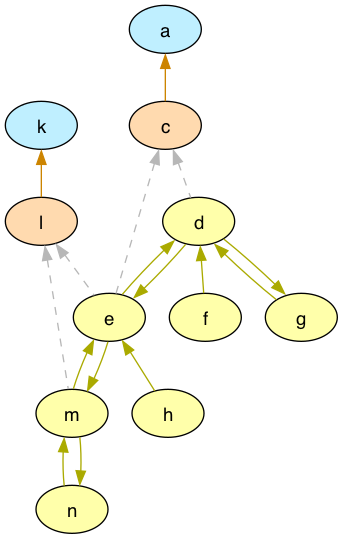
The Graphviz diagram lib/graph/arg_graph_colored.png in idaks/Games-and-Argumentation, before a commit. Its source is kept beside it as lib/graph/arg_graph_colored.dot.
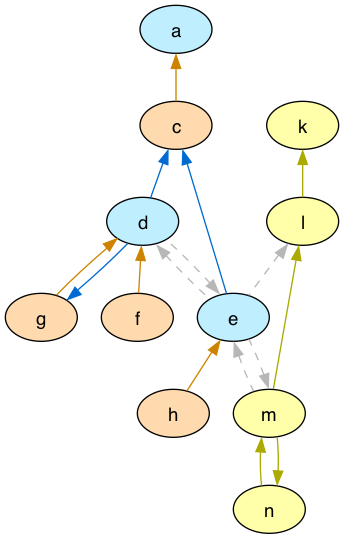
After the commit.

What changed in the source:
```diff
@@ -1,26 +1,27 @@
 digraph G {
   node [shape=oval style=filled fontname=Helvetica fontsize=14]
-  node [fillcolor="#ffdaaf" fontcolor="#000000"] c l;
-  node [fillcolor="#bfefff" fontcolor="#000000"] a k;
-  node [fillcolor="#FFFFAA" fontcolor="#000000"] d e m f g h n;
+  node [fillcolor="#bfefff" fontcolor="#000000"] a d e;
+  node [fillcolor="#ffdaaf" fontcolor="#000000"] c f g h;
+  node [fillcolor="#FFFFAA" fontcolor="#000000"] k l m n;
   node [fillcolor="white" fontcolor="black"];
   edge [dir=back, color="#cc8400", style="solid"]
         "a" -> "c"
+        "d" -> "f"
+        "d" -> "g"
+        "e" -> "h"
+  edge [dir=back, color="#AAAA00", style="solid"]
         "k" -> "l"
-  edge [dir=back, color="#b7b7b7", style="dashed"]
+        "l" -> "m"
+        "m" -> "n"
+        "n" -> "m"
+  edge [dir=back, color="#006ad1", style="solid"]
         "c" -> "d"
         "c" -> "e"
+        "g" -> "d"
+  edge [dir=back, color="#b7b7b7", style="dashed"]
         "l" -> "e"
-        "l" -> "m"
-  edge [dir=back, color="#AAAA00", style="solid"]
         "d" -> "e"
         "e" -> "d"
         "e" -> "m"
         "m" -> "e"
-        "d" -> "f"
-        "d" -> "g"
-        "g" -> "d"
-        "e" -> "h"
-        "m" -> "n"
-        "n" -> "m"
 }
```
